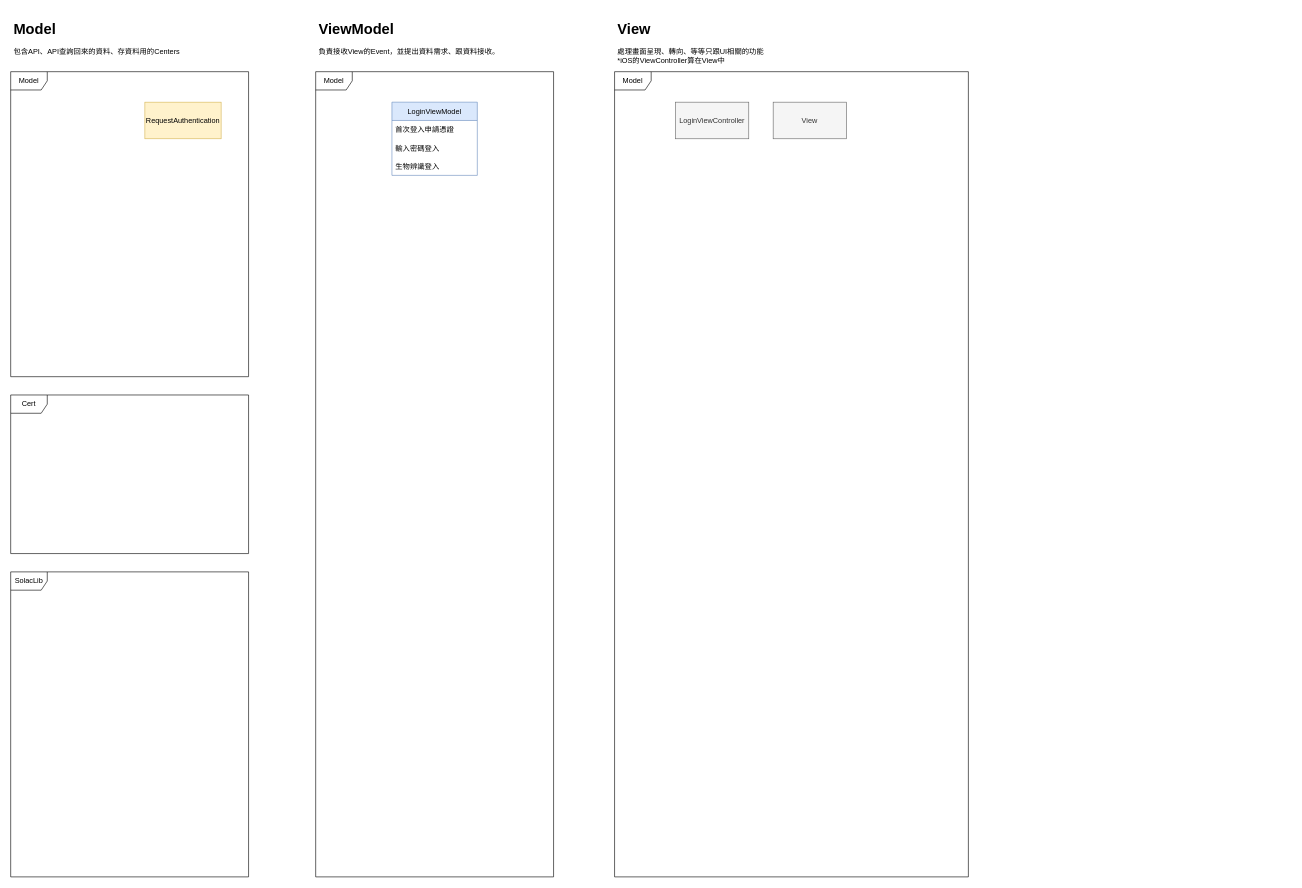
Earlier version of the draw.io diagram 未命名绘图.drawio (CapitalMobile/swift_giselle_practice). Source tidied: cells renumbered, new cells numbered last; positions are measured from the earlier drawing's top-left corner, leaving out a move shared by most shapes. Both pictures are drawn from the tidied source at 61%, with x=0, y=0 at pixel (10, 16).
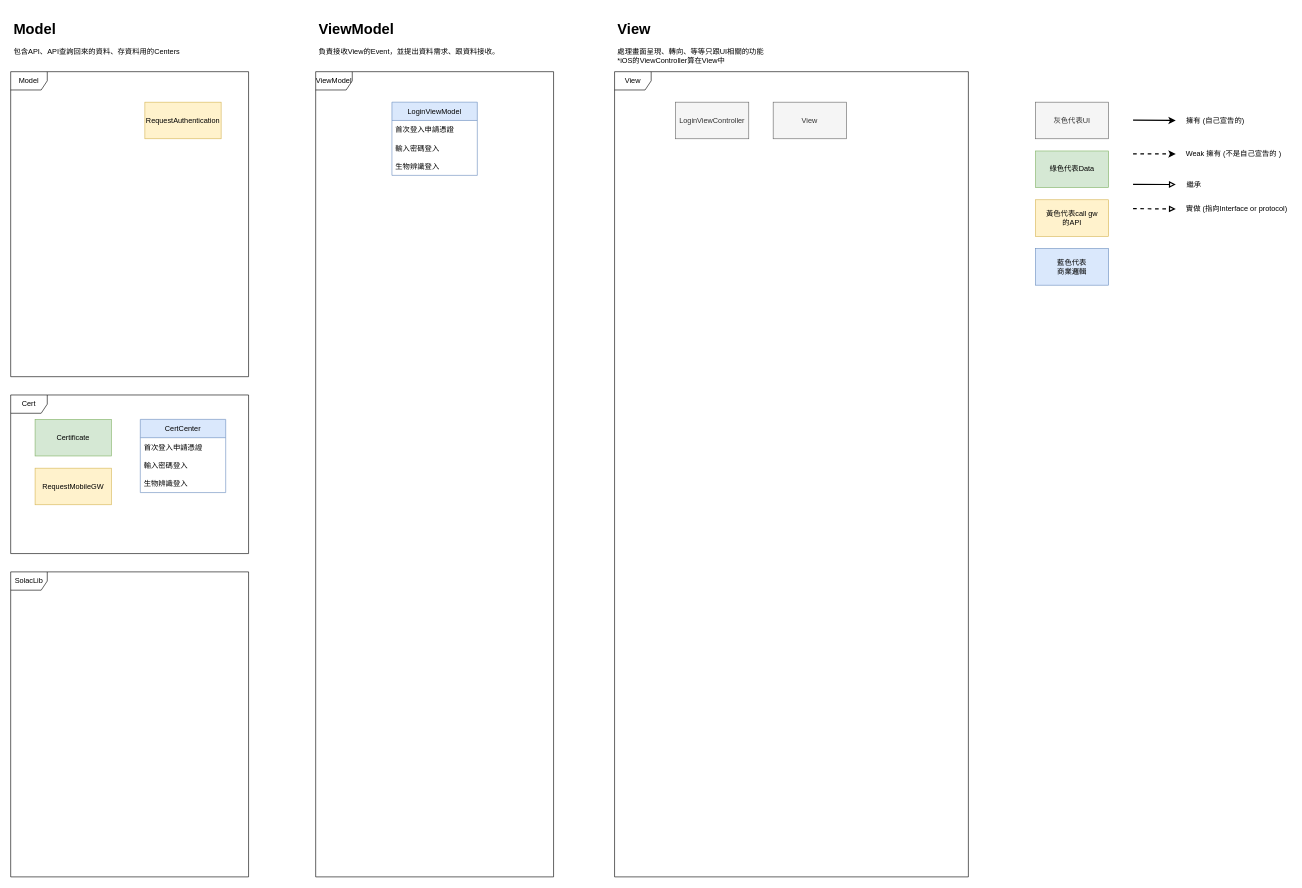
After the change.

Commit message:
加上說明，和login範例 (未完成)

Change to the diagram source:
```diff
@@
-    <mxCell id="5" value="Model" style="shape=umlFrame;whiteSpace=wrap;html=1;" parent="1" vertex="1">
+    <mxCell id="5" value="ViewModel" style="shape=umlFrame;whiteSpace=wrap;html=1;" parent="1" vertex="1">
       <mxGeometry x="500" y="90" width="390" height="1320" as="geometry" />
     </mxCell>
@@
-    <mxCell id="8" value="Model" style="shape=umlFrame;whiteSpace=wrap;html=1;" parent="1" vertex="1">
+    <mxCell id="8" value="View" style="shape=umlFrame;whiteSpace=wrap;html=1;" parent="1" vertex="1">
       <mxGeometry x="990" y="90" width="580" height="1320" as="geometry" />
     </mxCell>
@@
+    <mxCell id="17" value="CertCenter" style="swimlane;fontStyle=0;horizontal=1;startSize=30;fillColor=#dae8fc;strokeColor=#6c8ebf;" parent="1" vertex="1">
+      <mxGeometry x="212.5" y="660" width="140" height="120" as="geometry" />
+    </mxCell>
+    <mxCell id="18" value="首次登入申請憑證" style="text;strokeColor=none;fillColor=none;align=left;verticalAlign=middle;spacingLeft=4;spacingRight=4;overflow=hidden;" parent="17" vertex="1">
+      <mxGeometry y="30" width="140" height="30" as="geometry" />
+    </mxCell>
+    <mxCell id="19" value="輸入密碼登入" style="text;strokeColor=none;fillColor=none;align=left;verticalAlign=middle;spacingLeft=4;spacingRight=4;overflow=hidden;" parent="17" vertex="1">
+      <mxGeometry y="60" width="140" height="30" as="geometry" />
+    </mxCell>
+    <mxCell id="20" value="生物辨識登入" style="text;strokeColor=none;fillColor=none;align=left;verticalAlign=middle;spacingLeft=4;spacingRight=4;overflow=hidden;" parent="17" vertex="1">
+      <mxGeometry y="90" width="140" height="30" as="geometry" />
+    </mxCell>
+    <mxCell id="21" value="Certificate" style="rounded=0;whiteSpace=wrap;html=1;fillColor=#d5e8d4;strokeColor=#82b366;" parent="1" vertex="1">
+      <mxGeometry x="40" y="660" width="125" height="60" as="geometry" />
+    </mxCell>
+    <mxCell id="22" value="RequestMobileGW" style="rounded=0;whiteSpace=wrap;html=1;fillColor=#fff2cc;strokeColor=#d6b656;" parent="1" vertex="1">
+      <mxGeometry x="40" y="740" width="125" height="60" as="geometry" />
+    </mxCell>
+    <mxCell id="23" value="灰色代表UI" style="rounded=0;whiteSpace=wrap;html=1;fillColor=#f5f5f5;fontColor=#333333;strokeColor=#666666;" parent="1" vertex="1">
+      <mxGeometry x="1680" y="140" width="120" height="60" as="geometry" />
+    </mxCell>
+    <mxCell id="24" value="綠色代表Data" style="rounded=0;whiteSpace=wrap;html=1;fillColor=#d5e8d4;strokeColor=#82b366;" parent="1" vertex="1">
+      <mxGeometry x="1680" y="220" width="120" height="60" as="geometry" />
+    </mxCell>
+    <mxCell id="25" value="黃色代表call gw&lt;br&gt;的API" style="rounded=0;whiteSpace=wrap;html=1;fillColor=#fff2cc;strokeColor=#d6b656;" parent="1" vertex="1">
+      <mxGeometry x="1680" y="300" width="120" height="60" as="geometry" />
+    </mxCell>
+    <mxCell id="26" value="藍色代表&lt;br&gt;商業邏輯" style="rounded=0;whiteSpace=wrap;html=1;fillColor=#dae8fc;strokeColor=#6c8ebf;" parent="1" vertex="1">
+      <mxGeometry x="1680" y="380" width="120" height="60" as="geometry" />
+    </mxCell>
+    <mxCell id="27" style="endArrow=classic;html=1;rounded=0;strokeWidth=2;" parent="1" edge="1">
+      <mxGeometry relative="1" as="geometry">
+        <mxPoint x="1840" y="169.6" as="sourcePoint" />
+        <mxPoint x="1910" y="170" as="targetPoint" />
+      </mxGeometry>
+    </mxCell>
+    <mxCell id="28" value="擁有 (自己宣告的)" style="text;html=1;strokeColor=none;fillColor=none;align=center;verticalAlign=middle;whiteSpace=wrap;rounded=0;" parent="1" vertex="1">
+      <mxGeometry x="1920" y="155" width="110" height="30" as="geometry" />
+    </mxCell>
+    <mxCell id="29" style="endArrow=classic;html=1;rounded=0;strokeWidth=2;dashed=1;" parent="1" edge="1">
+      <mxGeometry relative="1" as="geometry">
+        <mxPoint x="1840" y="224.6" as="sourcePoint" />
+        <mxPoint x="1910" y="225" as="targetPoint" />
+      </mxGeometry>
+    </mxCell>
+    <mxCell id="30" value="Weak 擁有 (不是自己宣告的 )" style="text;html=1;strokeColor=none;fillColor=none;align=center;verticalAlign=middle;whiteSpace=wrap;rounded=0;" parent="1" vertex="1">
+      <mxGeometry x="1920" y="210" width="170" height="30" as="geometry" />
+    </mxCell>
+    <mxCell id="31" style="endArrow=block;html=1;rounded=0;strokeWidth=2;endFill=0;" parent="1" edge="1">
+      <mxGeometry relative="1" as="geometry">
+        <mxPoint x="1840" y="274.6" as="sourcePoint" />
+        <mxPoint x="1910" y="275" as="targetPoint" />
+      </mxGeometry>
+    </mxCell>
+    <mxCell id="32" value="繼承" style="text;html=1;strokeColor=none;fillColor=none;align=center;verticalAlign=middle;whiteSpace=wrap;rounded=0;" parent="1" vertex="1">
+      <mxGeometry x="1920" y="260" width="40" height="30" as="geometry" />
+    </mxCell>
+    <mxCell id="33" style="endArrow=block;html=1;rounded=0;strokeWidth=2;endFill=0;dashed=1;" parent="1" edge="1">
+      <mxGeometry relative="1" as="geometry">
+        <mxPoint x="1840" y="314.6" as="sourcePoint" />
+        <mxPoint x="1910" y="315" as="targetPoint" />
+      </mxGeometry>
+    </mxCell>
+    <mxCell id="34" value="實做 (指向Interface or protocol)" style="text;html=1;strokeColor=none;fillColor=none;align=center;verticalAlign=middle;whiteSpace=wrap;rounded=0;" parent="1" vertex="1">
+      <mxGeometry x="1920" y="300" width="180" height="30" as="geometry" />
+    </mxCell>
```
